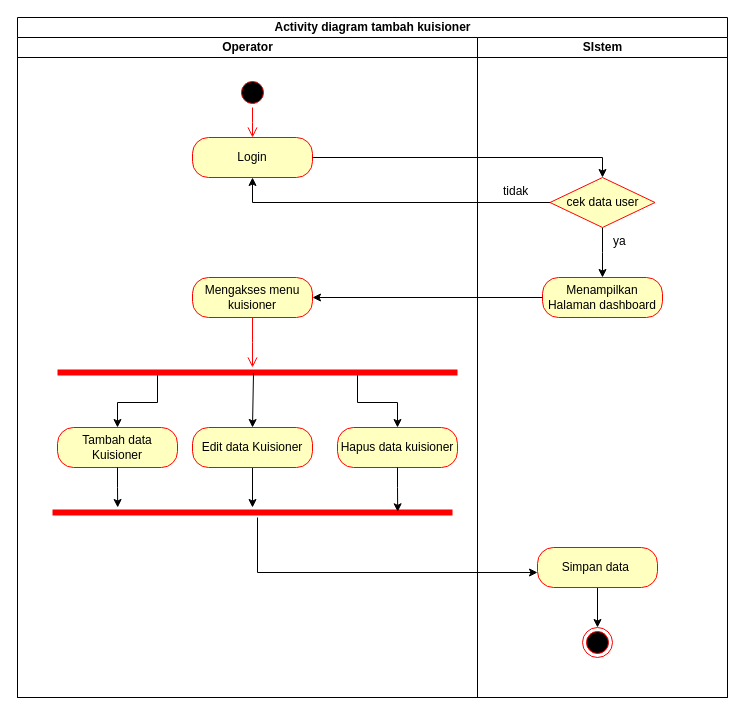
Before: Activity_diagram_tambahKuisioner.drawio in zzarr/Tugas-Akhir, a draw.io diagram. Source tidied: cells renumbered, new cells numbered last; positions are measured from the earlier drawing's top-left corner, leaving out a move shared by most shapes. Both pictures are drawn from the tidied source at 100%, with x=0, y=0 at pixel (17, 17).
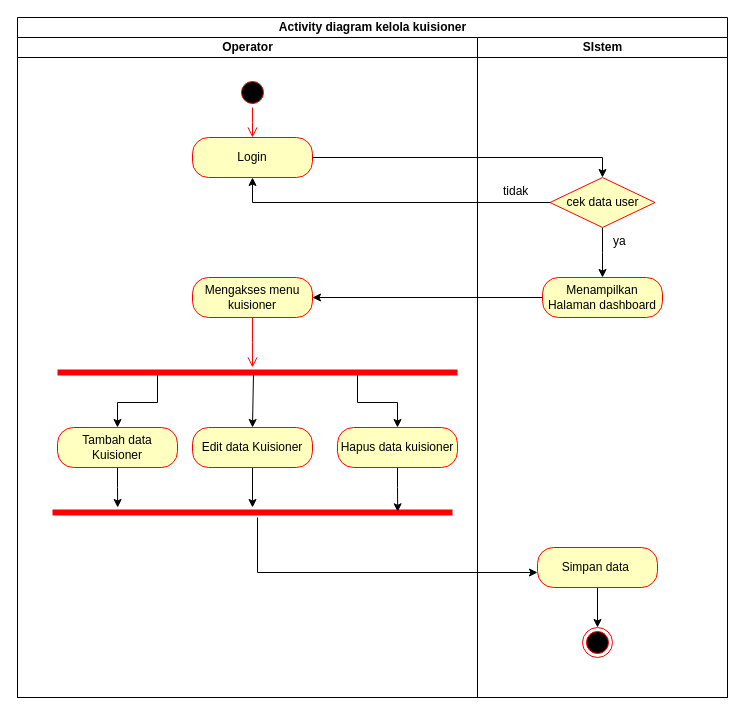
After the change.

What changed in the source:
```diff
@@
-    <mxCell id="2" value="Activity diagram tambah kuisioner" style="swimlane;startSize=20;html=1;" parent="1" vertex="1">
+    <mxCell id="2" value="Activity diagram kelola kuisioner" style="swimlane;startSize=20;html=1;" parent="1" vertex="1">
       <mxGeometry width="710" height="680" as="geometry" />
     </mxCell>
```
